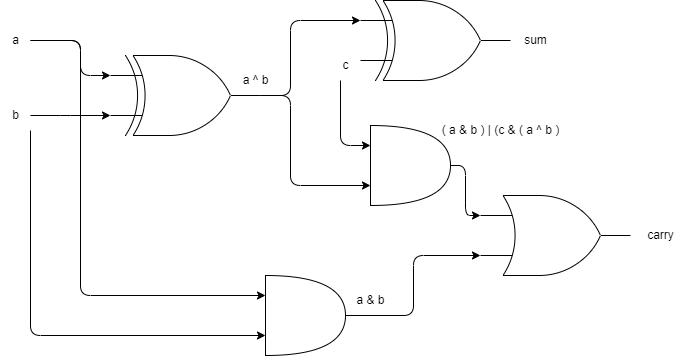
Above: Lab-2/docs/task2_diagram.png in talhaticx/DSD_2023_EE_174 (draw.io), before the change. Source tidied: cells renumbered, new cells last; positions are measured from the earlier drawing's top-left corner, leaving out a move shared by most shapes.
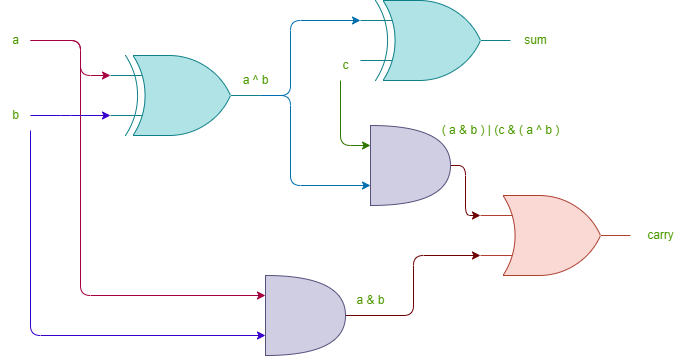
Later version of the same file.

The edit, as a diff of the source:
```diff
@@ -2,34 +2,34 @@
   <root>
     <mxCell id="0" />
     <mxCell id="1" parent="0" />
-    <mxCell id="2" style="html=1;entryX=0;entryY=0.25;entryDx=0;entryDy=0;entryPerimeter=0;exitX=1;exitY=0.5;exitDx=0;exitDy=0;exitPerimeter=0;edgeStyle=elbowEdgeStyle;" parent="1" edge="1" source="4" target="5">
+    <mxCell id="2" style="html=1;entryX=0;entryY=0.25;entryDx=0;entryDy=0;entryPerimeter=0;exitX=1;exitY=0.5;exitDx=0;exitDy=0;exitPerimeter=0;edgeStyle=elbowEdgeStyle;fillColor=#1ba1e2;strokeColor=#006EAF;" parent="1" edge="1" source="4" target="5">
       <mxGeometry relative="1" as="geometry">
         <Array as="points">
           <mxPoint x="290" y="45" />
         </Array>
       </mxGeometry>
     </mxCell>
-    <mxCell id="3" style="edgeStyle=elbowEdgeStyle;html=1;exitX=1;exitY=0.5;exitDx=0;exitDy=0;exitPerimeter=0;entryX=0;entryY=0.75;entryDx=0;entryDy=0;entryPerimeter=0;" parent="1" edge="1" source="4" target="19">
+    <mxCell id="3" style="edgeStyle=elbowEdgeStyle;html=1;exitX=1;exitY=0.5;exitDx=0;exitDy=0;exitPerimeter=0;entryX=0;entryY=0.75;entryDx=0;entryDy=0;entryPerimeter=0;fillColor=#1ba1e2;strokeColor=#006EAF;" parent="1" edge="1" source="4" target="19">
       <mxGeometry relative="1" as="geometry">
         <Array as="points">
           <mxPoint x="290" y="95" />
         </Array>
       </mxGeometry>
     </mxCell>
-    <mxCell id="4" style="verticalLabelPosition=bottom;shadow=0;dashed=0;align=center;html=1;verticalAlign=top;shape=mxgraph.electrical.logic_gates.logic_gate;operation=xor;" parent="1" vertex="1">
+    <mxCell id="4" style="verticalLabelPosition=bottom;shadow=0;dashed=0;align=center;html=1;verticalAlign=top;shape=mxgraph.electrical.logic_gates.logic_gate;operation=xor;fillColor=#b0e3e6;strokeColor=#0e8088;" parent="1" vertex="1">
       <mxGeometry x="110" y="55" width="150" height="80" as="geometry" />
     </mxCell>
-    <mxCell id="5" style="verticalLabelPosition=bottom;shadow=0;dashed=0;align=center;html=1;verticalAlign=top;shape=mxgraph.electrical.logic_gates.logic_gate;operation=xor;" parent="1" vertex="1">
+    <mxCell id="5" style="verticalLabelPosition=bottom;shadow=0;dashed=0;align=center;html=1;verticalAlign=top;shape=mxgraph.electrical.logic_gates.logic_gate;operation=xor;fillColor=#b0e3e6;strokeColor=#0e8088;" parent="1" vertex="1">
       <mxGeometry x="360" width="150" height="80" as="geometry" />
     </mxCell>
-    <mxCell id="6" style="edgeStyle=elbowEdgeStyle;html=1;entryX=0;entryY=0.25;entryDx=0;entryDy=0;entryPerimeter=0;" parent="1" edge="1" source="8" target="4">
+    <mxCell id="6" style="edgeStyle=elbowEdgeStyle;html=1;entryX=0;entryY=0.25;entryDx=0;entryDy=0;entryPerimeter=0;fillColor=#d80073;strokeColor=#A50040;" parent="1" edge="1" source="8" target="4">
       <mxGeometry relative="1" as="geometry">
         <Array as="points">
           <mxPoint x="80" y="65" />
         </Array>
       </mxGeometry>
     </mxCell>
-    <mxCell id="7" style="edgeStyle=elbowEdgeStyle;html=1;entryX=0;entryY=0.25;entryDx=0;entryDy=0;entryPerimeter=0;" parent="1" edge="1" source="8" target="16">
+    <mxCell id="7" style="edgeStyle=elbowEdgeStyle;html=1;entryX=0;entryY=0.25;entryDx=0;entryDy=0;entryPerimeter=0;fillColor=#d80073;strokeColor=#A50040;" parent="1" edge="1" source="8" target="16">
       <mxGeometry relative="1" as="geometry">
         <Array as="points">
           <mxPoint x="80" y="185" />
@@ -38,23 +38,23 @@
         </Array>
       </mxGeometry>
     </mxCell>
-    <mxCell id="8" value="a" style="text;html=1;align=center;verticalAlign=middle;points=[];strokeColor=none;fillColor=none;" parent="1" vertex="1">
+    <mxCell id="8" value="&lt;font color=&quot;#4d9900&quot;&gt;a&lt;/font&gt;" style="text;html=1;align=center;verticalAlign=middle;points=[];strokeColor=none;fillColor=none;" parent="1" vertex="1">
       <mxGeometry y="25" width="30" height="30" as="geometry" />
     </mxCell>
-    <mxCell id="9" style="edgeStyle=elbowEdgeStyle;html=1;entryX=0;entryY=0.75;entryDx=0;entryDy=0;entryPerimeter=0;" parent="1" edge="1" source="11" target="4">
+    <mxCell id="9" style="edgeStyle=elbowEdgeStyle;html=1;entryX=0;entryY=0.75;entryDx=0;entryDy=0;entryPerimeter=0;fillColor=#6a00ff;strokeColor=#3700CC;" parent="1" edge="1" source="11" target="4">
       <mxGeometry relative="1" as="geometry" />
     </mxCell>
-    <mxCell id="10" style="edgeStyle=elbowEdgeStyle;html=1;entryX=0;entryY=0.75;entryDx=0;entryDy=0;entryPerimeter=0;" parent="1" edge="1" source="11" target="16">
+    <mxCell id="10" style="edgeStyle=elbowEdgeStyle;html=1;entryX=0;entryY=0.75;entryDx=0;entryDy=0;entryPerimeter=0;fillColor=#6a00ff;strokeColor=#3700CC;" parent="1" edge="1" source="11" target="16">
       <mxGeometry relative="1" as="geometry">
         <Array as="points">
           <mxPoint x="30" y="235" />
         </Array>
       </mxGeometry>
     </mxCell>
-    <mxCell id="11" value="b" style="text;html=1;align=center;verticalAlign=middle;points=[];strokeColor=none;fillColor=none;" parent="1" vertex="1">
+    <mxCell id="11" value="&lt;font color=&quot;#4d9900&quot;&gt;b&lt;/font&gt;" style="text;html=1;align=center;verticalAlign=middle;points=[];strokeColor=none;fillColor=none;" parent="1" vertex="1">
       <mxGeometry y="100" width="30" height="30" as="geometry" />
     </mxCell>
-    <mxCell id="12" style="edgeStyle=elbowEdgeStyle;html=1;entryX=0;entryY=0.25;entryDx=0;entryDy=0;entryPerimeter=0;" parent="1" edge="1" source="13" target="19">
+    <mxCell id="12" style="edgeStyle=elbowEdgeStyle;html=1;entryX=0;entryY=0.25;entryDx=0;entryDy=0;entryPerimeter=0;fillColor=#60a917;strokeColor=#2D7600;" parent="1" edge="1" source="13" target="19">
       <mxGeometry relative="1" as="geometry">
         <Array as="points">
           <mxPoint x="340" y="115" />
@@ -62,37 +62,37 @@
         </Array>
       </mxGeometry>
     </mxCell>
-    <mxCell id="13" value="c" style="text;html=1;align=center;verticalAlign=middle;points=[];strokeColor=none;fillColor=none;" parent="1" vertex="1">
+    <mxCell id="13" value="&lt;font color=&quot;#4d9900&quot;&gt;c&lt;/font&gt;" style="text;html=1;align=center;verticalAlign=middle;points=[];strokeColor=none;fillColor=none;" parent="1" vertex="1">
       <mxGeometry x="330" y="50" width="30" height="30" as="geometry" />
     </mxCell>
-    <mxCell id="14" value="sum" style="text;html=1;align=center;verticalAlign=middle;strokeColor=none;fillColor=none;" parent="1" vertex="1">
+    <mxCell id="14" value="&lt;font color=&quot;#4d9900&quot;&gt;sum&lt;/font&gt;" style="text;html=1;align=center;verticalAlign=middle;strokeColor=none;fillColor=none;" parent="1" vertex="1">
       <mxGeometry x="510" y="25" width="50" height="30" as="geometry" />
     </mxCell>
-    <mxCell id="15" style="edgeStyle=elbowEdgeStyle;html=1;exitX=1;exitY=0.5;exitDx=0;exitDy=0;exitPerimeter=0;entryX=0;entryY=0.75;entryDx=0;entryDy=0;entryPerimeter=0;" parent="1" edge="1" source="16" target="17">
+    <mxCell id="15" style="edgeStyle=elbowEdgeStyle;html=1;exitX=1;exitY=0.5;exitDx=0;exitDy=0;exitPerimeter=0;entryX=0;entryY=0.75;entryDx=0;entryDy=0;entryPerimeter=0;fillColor=#a20025;strokeColor=#6F0000;" parent="1" edge="1" source="16" target="17">
       <mxGeometry relative="1" as="geometry" />
     </mxCell>
-    <mxCell id="16" style="shape=or;whiteSpace=wrap;html=1;" parent="1" vertex="1">
+    <mxCell id="16" style="shape=or;whiteSpace=wrap;html=1;fillColor=#d0cee2;strokeColor=#56517e;" parent="1" vertex="1">
       <mxGeometry x="265" y="275" width="80" height="80" as="geometry" />
     </mxCell>
-    <mxCell id="17" style="verticalLabelPosition=bottom;shadow=0;dashed=0;align=center;html=1;verticalAlign=top;shape=mxgraph.electrical.logic_gates.logic_gate;operation=or;" parent="1" vertex="1">
+    <mxCell id="17" style="verticalLabelPosition=bottom;shadow=0;dashed=0;align=center;html=1;verticalAlign=top;shape=mxgraph.electrical.logic_gates.logic_gate;operation=or;fillColor=#fad9d5;strokeColor=#ae4132;" parent="1" vertex="1">
       <mxGeometry x="480" y="195" width="150" height="80" as="geometry" />
     </mxCell>
-    <mxCell id="18" style="edgeStyle=elbowEdgeStyle;html=1;exitX=1;exitY=0.5;exitDx=0;exitDy=0;exitPerimeter=0;entryX=0;entryY=0.25;entryDx=0;entryDy=0;entryPerimeter=0;" parent="1" edge="1" source="19" target="17">
+    <mxCell id="18" style="edgeStyle=elbowEdgeStyle;html=1;exitX=1;exitY=0.5;exitDx=0;exitDy=0;exitPerimeter=0;entryX=0;entryY=0.25;entryDx=0;entryDy=0;entryPerimeter=0;fillColor=#a20025;strokeColor=#6F0000;" parent="1" edge="1" source="19" target="17">
       <mxGeometry relative="1" as="geometry" />
     </mxCell>
-    <mxCell id="19" style="shape=or;whiteSpace=wrap;html=1;" parent="1" vertex="1">
+    <mxCell id="19" style="shape=or;whiteSpace=wrap;html=1;fillColor=#d0cee2;strokeColor=#56517e;" parent="1" vertex="1">
       <mxGeometry x="370" y="125" width="80" height="80" as="geometry" />
     </mxCell>
-    <mxCell id="20" value="a ^ b" style="text;html=1;align=center;verticalAlign=middle;strokeColor=none;fillColor=none;" parent="1" vertex="1">
+    <mxCell id="20" value="&lt;font color=&quot;#4d9900&quot;&gt;a ^ b&lt;/font&gt;" style="text;html=1;align=center;verticalAlign=middle;strokeColor=none;fillColor=none;" parent="1" vertex="1">
       <mxGeometry x="230" y="65" width="50" height="30" as="geometry" />
     </mxCell>
-    <mxCell id="21" value="a &amp;amp; b" style="text;html=1;align=center;verticalAlign=middle;strokeColor=none;fillColor=none;" parent="1" vertex="1">
+    <mxCell id="21" value="&lt;font color=&quot;#4d9900&quot;&gt;a &amp;amp; b&lt;/font&gt;" style="text;html=1;align=center;verticalAlign=middle;strokeColor=none;fillColor=none;" parent="1" vertex="1">
       <mxGeometry x="345" y="285" width="50" height="30" as="geometry" />
     </mxCell>
-    <mxCell id="22" value="carry" style="text;html=1;align=center;verticalAlign=middle;strokeColor=none;fillColor=none;" parent="1" vertex="1">
+    <mxCell id="22" value="&lt;font color=&quot;#4d9900&quot;&gt;carry&lt;/font&gt;" style="text;html=1;align=center;verticalAlign=middle;strokeColor=none;fillColor=none;" parent="1" vertex="1">
       <mxGeometry x="635" y="220" width="50" height="30" as="geometry" />
     </mxCell>
-    <mxCell id="23" value="( a &amp;amp; b ) | (c &amp;amp; ( a ^ b )" style="text;html=1;align=center;verticalAlign=middle;strokeColor=none;fillColor=none;" parent="1" vertex="1">
+    <mxCell id="23" value="&lt;font color=&quot;#4d9900&quot;&gt;( a &amp;amp; b ) | (c &amp;amp; ( a ^ b )&lt;/font&gt;" style="text;html=1;align=center;verticalAlign=middle;strokeColor=none;fillColor=none;" parent="1" vertex="1">
       <mxGeometry x="430" y="115" width="140" height="30" as="geometry" />
     </mxCell>
   </root>
```
